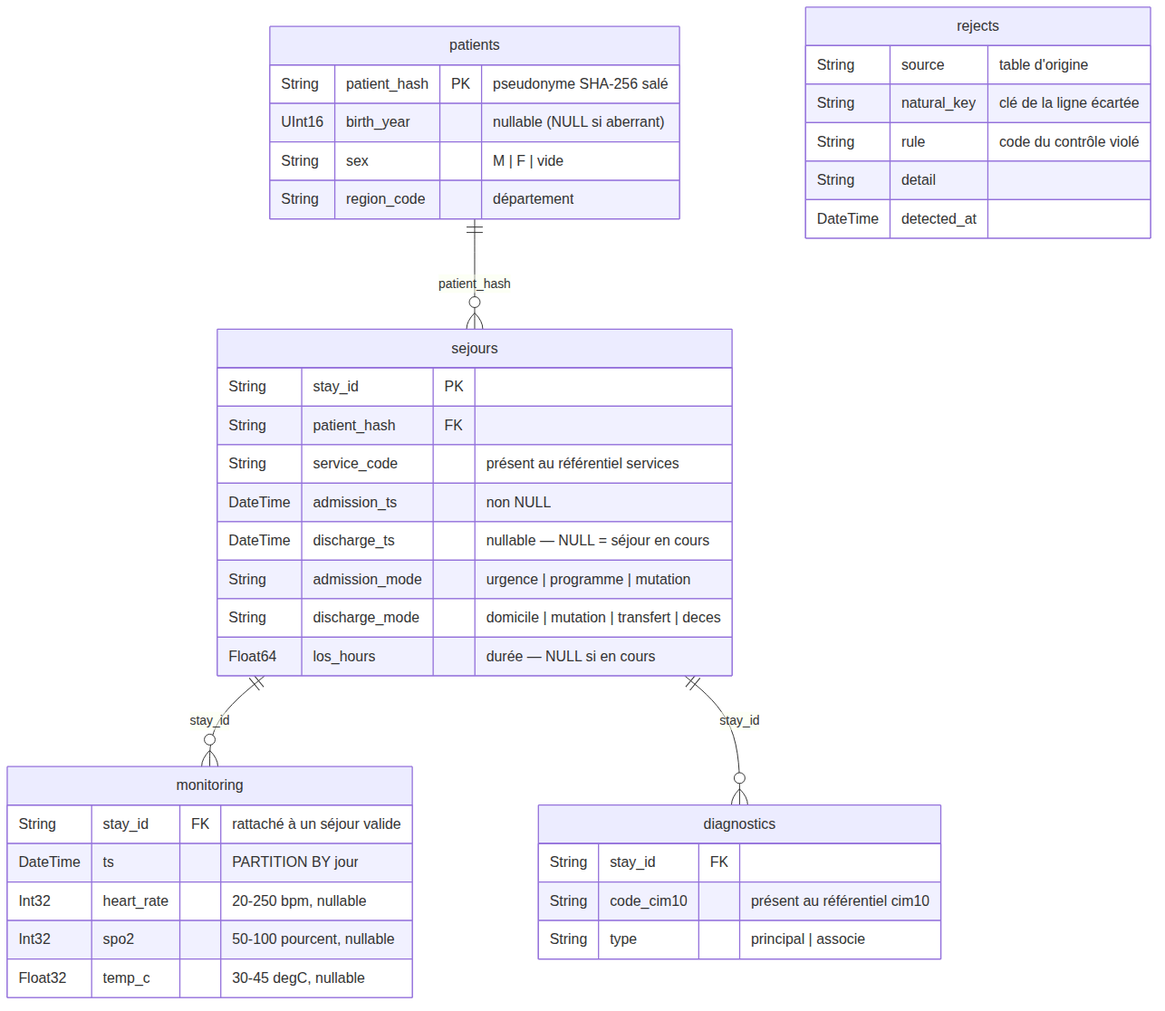
Above: report/silver.png in POWLAIR/efrei-eds-chu (Mermaid), before the change. Its source is kept beside it as report/silver.mmd.
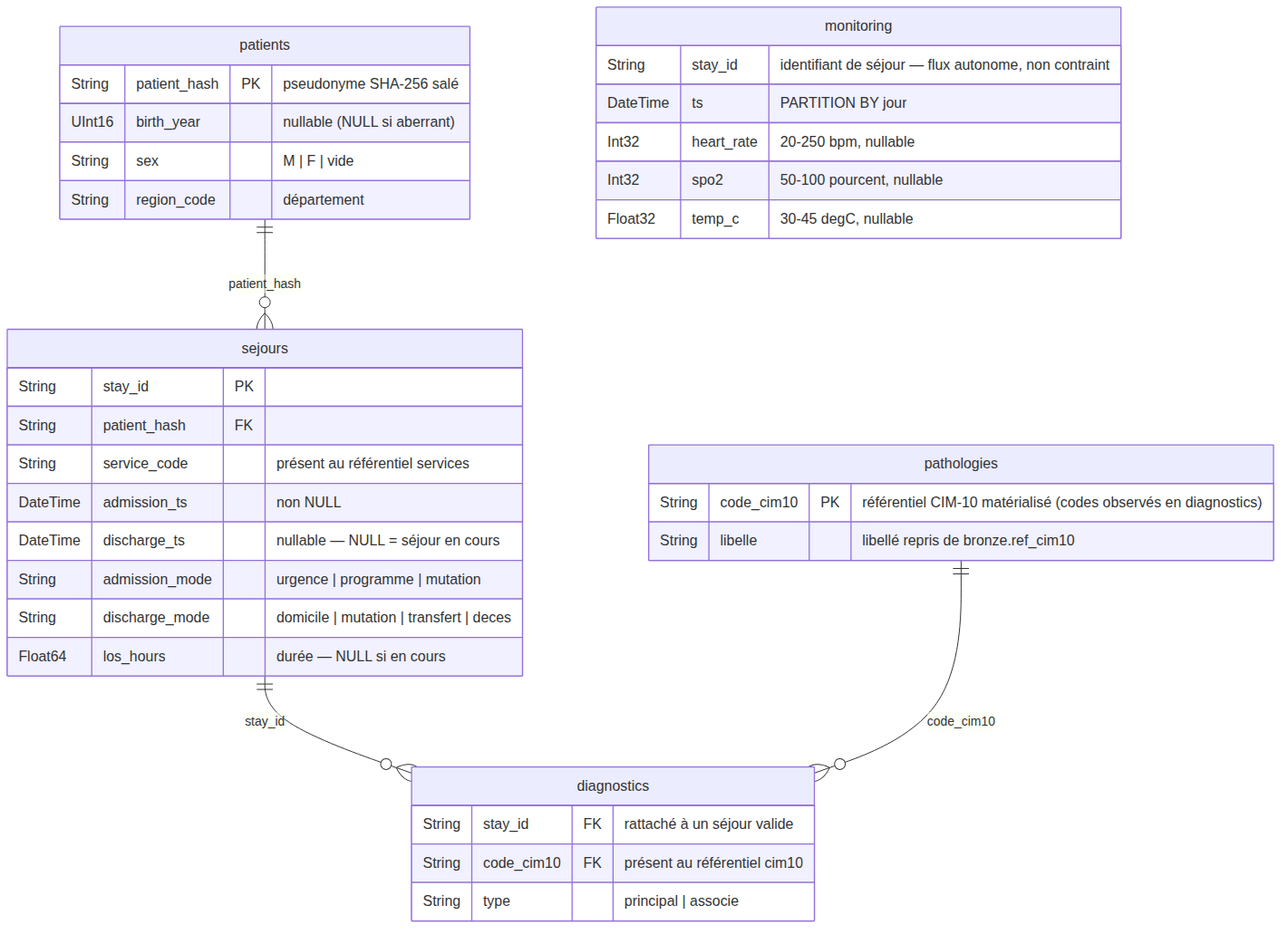
Later version of the same file.

Commit message:
docs: propage le nouveau modèle silver (contexte, skill, schéma ER)

The edit, as a diff of the source:
```diff
@@ -1,7 +1,7 @@
 erDiagram
-    patients ||--o{ sejours : "patient_hash"
-    sejours  ||--o{ monitoring : "stay_id"
-    sejours  ||--o{ diagnostics : "stay_id"
+    patients    ||--o{ sejours     : "patient_hash"
+    sejours     ||--o{ diagnostics : "stay_id"
+    pathologies ||--o{ diagnostics : "code_cim10"
 
     patients {
         String patient_hash PK "pseudonyme SHA-256 salé"
@@ -19,22 +19,19 @@
         String discharge_mode "domicile | mutation | transfert | deces"
         Float64 los_hours "durée — NULL si en cours"
     }
+    diagnostics {
+        String stay_id FK "rattaché à un séjour valide"
+        String code_cim10 FK "présent au référentiel cim10"
+        String type "principal | associe"
+    }
+    pathologies {
+        String code_cim10 PK "référentiel CIM-10 matérialisé (codes observés en diagnostics)"
+        String libelle "libellé repris de bronze.ref_cim10"
+    }
     monitoring {
-        String stay_id FK "rattaché à un séjour valide"
+        String stay_id "identifiant de séjour — flux autonome, non contraint"
         DateTime ts "PARTITION BY jour"
         Int32 heart_rate "20-250 bpm, nullable"
         Int32 spo2 "50-100 pourcent, nullable"
         Float32 temp_c "30-45 degC, nullable"
     }
-    diagnostics {
-        String stay_id FK
-        String code_cim10 "présent au référentiel cim10"
-        String type "principal | associe"
-    }
-    rejects {
-        String source "table d'origine"
-        String natural_key "clé de la ligne écartée"
-        String rule "code du contrôle violé"
-        String detail
-        DateTime detected_at
-    }
```
